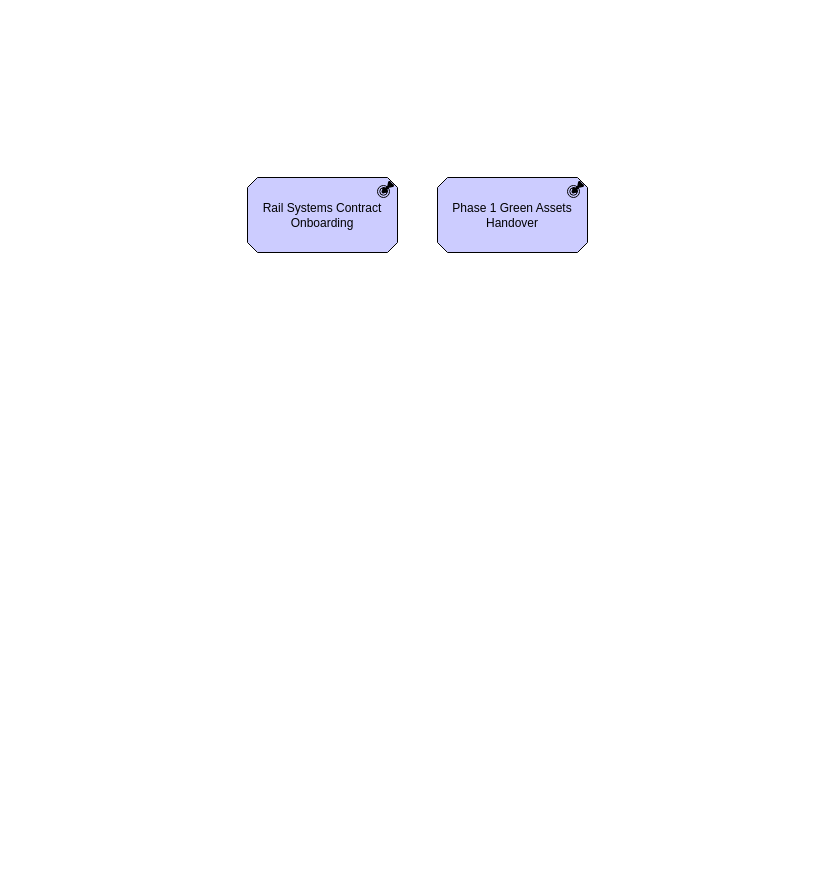
This is StrategyToCapability.drawio from martinlt/reference, a draw.io file, before an edit. Source tidied: cells renumbered, new cells numbered last; positions are measured from the earlier drawing's top-left corner, leaving out a move shared by most shapes. Both pictures are drawn from the tidied source at 100%, with x=0, y=0 at pixel (247, 177).
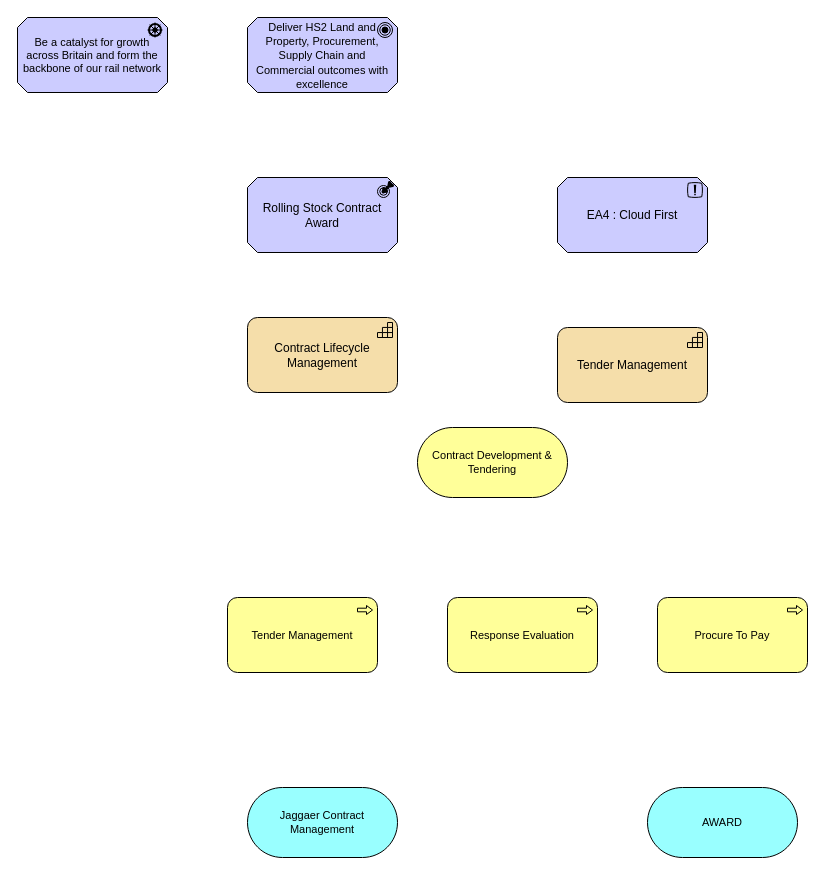
The same diagram, later.

Change to the diagram source:
```diff
@@
 <mxGraphModel>
   <root>
     <mxCell id="0" />
     <mxCell id="1" parent="0" />
-    <mxCell id="2" value="Phase 1 Green Assets Handover" style="html=1;whiteSpace=wrap;fillColor=#CCCCFF;shape=mxgraph.archimate3.application;appType=outcome;archiType=oct;" parent="1" vertex="1">
-      <mxGeometry x="190" width="150" height="75" as="geometry" />
-    </mxCell>
-    <mxCell id="3" value="Rail Systems Contract Onboarding" style="html=1;whiteSpace=wrap;fillColor=#CCCCFF;shape=mxgraph.archimate3.application;appType=outcome;archiType=oct;" parent="1" vertex="1">
+    <mxCell id="3" value="Rolling Stock Contract Award" style="html=1;whiteSpace=wrap;fillColor=#CCCCFF;shape=mxgraph.archimate3.application;appType=outcome;archiType=oct;" parent="1" vertex="1">
       <mxGeometry width="150" height="75" as="geometry" />
     </mxCell>
+    <mxCell id="4" value="EA4 : Cloud First" style="html=1;whiteSpace=wrap;fillColor=#CCCCFF;shape=mxgraph.archimate3.application;appType=principle;archiType=oct;" parent="1" vertex="1">
+      <mxGeometry x="310" width="150" height="75" as="geometry" />
+    </mxCell>
+    <mxCell id="5" value="Tender Management" style="html=1;whiteSpace=wrap;fillColor=#F5DEAA;shape=mxgraph.archimate3.application;appType=capability;archiType=rounded;" parent="1" vertex="1">
+      <mxGeometry x="310" y="150" width="150" height="75" as="geometry" />
+    </mxCell>
+    <mxCell id="6" value="&lt;font style=&quot;font-size: 11px;&quot;&gt;Deliver HS2 Land and Property, Procurement, Supply Chain and Commercial outcomes with excellence&lt;/font&gt;" style="html=1;whiteSpace=wrap;fillColor=#CCCCFF;shape=mxgraph.archimate3.application;appType=goal;archiType=oct;" parent="1" vertex="1">
+      <mxGeometry y="-160" width="150" height="75" as="geometry" />
+    </mxCell>
+    <mxCell id="7" value="Be a catalyst for growth across Britain and form the backbone of our rail network" style="html=1;whiteSpace=wrap;fillColor=#CCCCFF;shape=mxgraph.archimate3.application;appType=driver;archiType=oct;fontSize=11;" parent="1" vertex="1">
+      <mxGeometry x="-230" y="-160" width="150" height="75" as="geometry" />
+    </mxCell>
+    <mxCell id="8" value="Contract Lifecycle Management" style="html=1;whiteSpace=wrap;fillColor=#F5DEAA;shape=mxgraph.archimate3.application;appType=capability;archiType=rounded;" parent="1" vertex="1">
+      <mxGeometry y="140" width="150" height="75" as="geometry" />
+    </mxCell>
+    <mxCell id="9" value="Jaggaer Contract Management" style="html=1;whiteSpace=wrap;fillColor=#99ffff;shape=mxgraph.archimate3.service;fontSize=11;" parent="1" vertex="1">
+      <mxGeometry y="610" width="150" height="70" as="geometry" />
+    </mxCell>
+    <mxCell id="10" value="AWARD" style="html=1;whiteSpace=wrap;fillColor=#99ffff;shape=mxgraph.archimate3.service;fontSize=11;" parent="1" vertex="1">
+      <mxGeometry x="400" y="610" width="150" height="70" as="geometry" />
+    </mxCell>
+    <mxCell id="11" value="Tender Management" style="html=1;whiteSpace=wrap;fillColor=#ffff99;shape=mxgraph.archimate3.application;appType=proc;archiType=rounded;fontSize=11;" parent="1" vertex="1">
+      <mxGeometry x="-20" y="420" width="150" height="75" as="geometry" />
+    </mxCell>
+    <mxCell id="12" value="Response Evaluation" style="html=1;whiteSpace=wrap;fillColor=#ffff99;shape=mxgraph.archimate3.application;appType=proc;archiType=rounded;fontSize=11;" parent="1" vertex="1">
+      <mxGeometry x="200" y="420" width="150" height="75" as="geometry" />
+    </mxCell>
+    <mxCell id="13" value="Procure To&amp;nbsp;Pay" style="html=1;whiteSpace=wrap;fillColor=#ffff99;shape=mxgraph.archimate3.application;appType=proc;archiType=rounded;fontSize=11;" parent="1" vertex="1">
+      <mxGeometry x="410" y="420" width="150" height="75" as="geometry" />
+    </mxCell>
+    <mxCell id="14" value="Contract Development &amp;amp; Tendering" style="html=1;whiteSpace=wrap;fillColor=#ffff99;shape=mxgraph.archimate3.service;fontSize=11;" parent="1" vertex="1">
+      <mxGeometry x="170" y="250" width="150" height="70" as="geometry" />
+    </mxCell>
   </root>
 </mxGraphModel>
```
